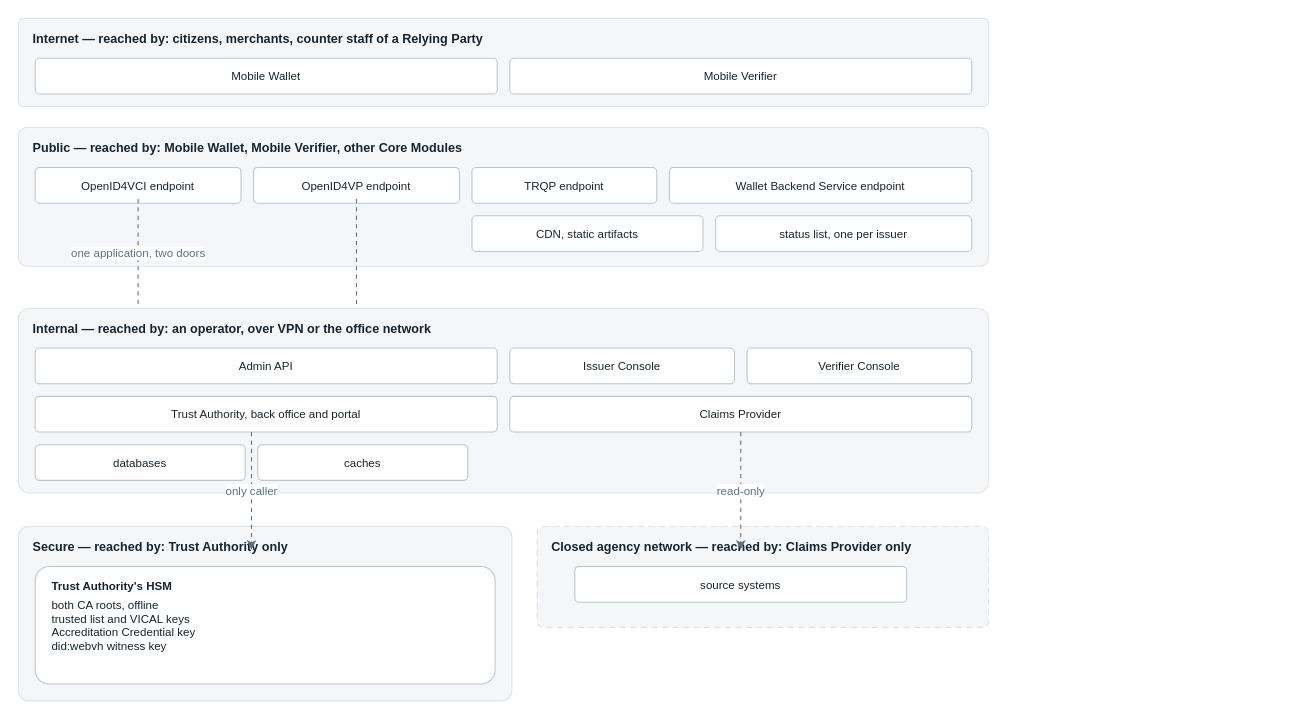
Above: images/architecture-framework/high-level-architecture/network-zones.drawio in id-verifiable-credential-dev/id-doc-idctf (draw.io), before the change. Source tidied: cells renumbered, new cells numbered last; positions are measured from the earlier drawing's top-left corner, leaving out a move shared by most shapes. Both pictures are drawn from the tidied source at 105%, with x=0, y=0 at pixel (18, 18).
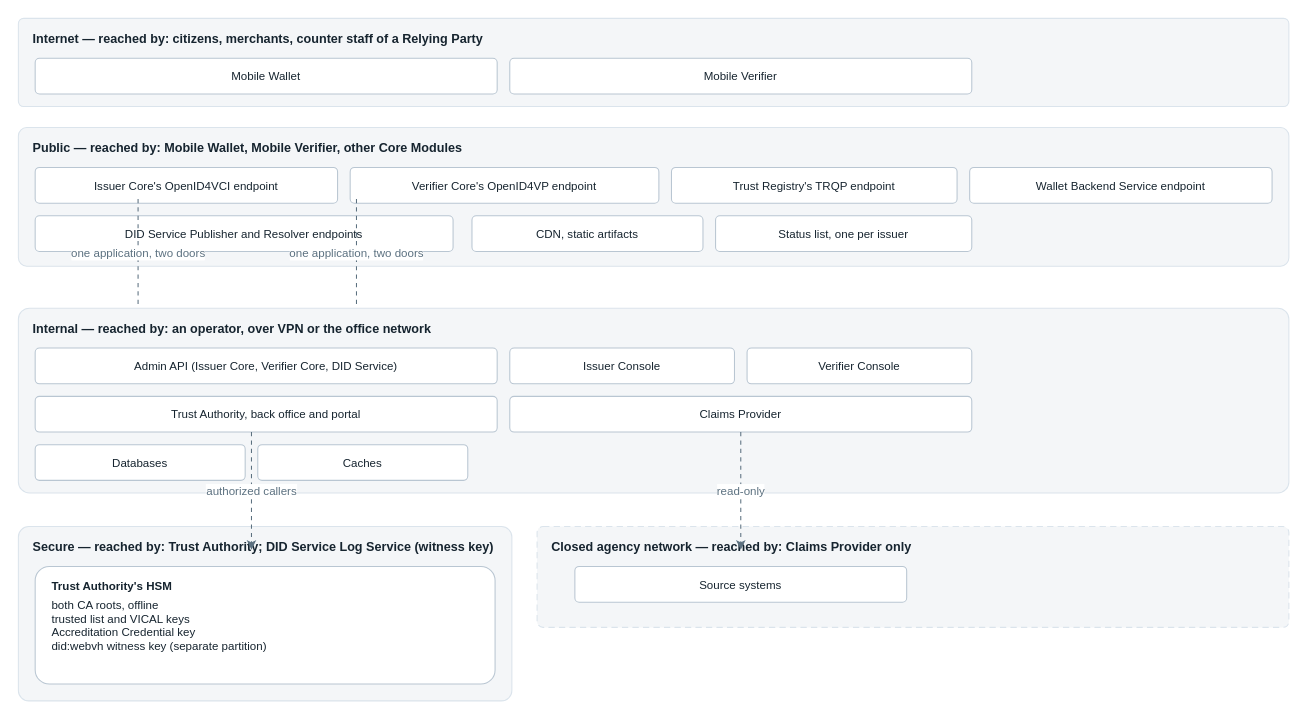
The same diagram, later.

Diff of the diagram source:
```diff
@@
     <mxCell id="2" value="Internet — reached by: citizens, merchants, counter staff of a Relying Party" style="rounded=1;arcSize=6;fillColor=#f4f6f8;strokeColor=#dbe4ec;dashed=0;verticalAlign=top;align=left;spacingLeft=12;spacingTop=6;fontSize=12;fontStyle=1;fontColor=#16242f;" parent="1" vertex="1">
-      <mxGeometry width="924" height="84" as="geometry" />
+      <mxGeometry width="1210" height="84" as="geometry" />
     </mxCell>
@@
     <mxCell id="5" value="Public — reached by: Mobile Wallet, Mobile Verifier, other Core Modules" style="rounded=1;arcSize=6;fillColor=#f4f6f8;strokeColor=#dbe4ec;dashed=0;verticalAlign=top;align=left;spacingLeft=12;spacingTop=6;fontSize=12;fontStyle=1;fontColor=#16242f;" parent="1" vertex="1">
-      <mxGeometry y="104" width="924" height="132" as="geometry" />
+      <mxGeometry y="104" width="1210" height="132" as="geometry" />
     </mxCell>
-    <mxCell id="6" value="OpenID4VCI endpoint" style="rounded=1;arcSize=12;fillColor=#ffffff;strokeColor=#b9c6d2;fontSize=11;fontColor=#16242f;" parent="1" vertex="1">
-      <mxGeometry x="16" y="142" width="196" height="34" as="geometry" />
+    <mxCell id="6" value="Issuer Core's OpenID4VCI endpoint" style="rounded=1;arcSize=12;fillColor=#ffffff;strokeColor=#b9c6d2;fontSize=11;fontColor=#16242f;" parent="1" vertex="1">
+      <mxGeometry x="16" y="142" width="288" height="34" as="geometry" />
     </mxCell>
-    <mxCell id="7" value="OpenID4VP endpoint" style="rounded=1;arcSize=12;fillColor=#ffffff;strokeColor=#b9c6d2;fontSize=11;fontColor=#16242f;" parent="1" vertex="1">
-      <mxGeometry x="224" y="142" width="196" height="34" as="geometry" />
+    <mxCell id="7" value="Verifier Core's OpenID4VP endpoint" style="rounded=1;arcSize=12;fillColor=#ffffff;strokeColor=#b9c6d2;fontSize=11;fontColor=#16242f;" parent="1" vertex="1">
+      <mxGeometry x="316" y="142" width="294" height="34" as="geometry" />
     </mxCell>
-    <mxCell id="8" value="TRQP endpoint" style="rounded=1;arcSize=12;fillColor=#ffffff;strokeColor=#b9c6d2;fontSize=11;fontColor=#16242f;" parent="1" vertex="1">
-      <mxGeometry x="432" y="142" width="176" height="34" as="geometry" />
+    <mxCell id="8" value="Trust Registry's TRQP endpoint" style="rounded=1;arcSize=12;fillColor=#ffffff;strokeColor=#b9c6d2;fontSize=11;fontColor=#16242f;" parent="1" vertex="1">
+      <mxGeometry x="622" y="142" width="272" height="34" as="geometry" />
     </mxCell>
     <mxCell id="9" value="Wallet Backend Service endpoint" style="rounded=1;arcSize=12;fillColor=#ffffff;strokeColor=#b9c6d2;fontSize=11;fontColor=#16242f;" parent="1" vertex="1">
-      <mxGeometry x="620" y="142" width="288" height="34" as="geometry" />
+      <mxGeometry x="906" y="142" width="288" height="34" as="geometry" />
     </mxCell>
+    <mxCell id="29" value="DID Service Publisher and Resolver endpoints" style="rounded=1;arcSize=12;fillColor=#ffffff;strokeColor=#b9c6d2;fontSize=11;fontColor=#16242f;" parent="1" vertex="1">
+      <mxGeometry x="16" y="188" width="398" height="34" as="geometry" />
+    </mxCell>
@@
-    <mxCell id="11" value="status list, one per issuer" style="rounded=1;arcSize=12;fillColor=#ffffff;strokeColor=#b9c6d2;fontSize=11;fontColor=#16242f;" parent="1" vertex="1">
+    <mxCell id="11" value="Status list, one per issuer" style="rounded=1;arcSize=12;fillColor=#ffffff;strokeColor=#b9c6d2;fontSize=11;fontColor=#16242f;" parent="1" vertex="1">
       <mxGeometry x="664" y="188" width="244" height="34" as="geometry" />
     </mxCell>
     <mxCell id="12" value="Internal — reached by: an operator, over VPN or the office network" style="rounded=1;arcSize=6;fillColor=#f4f6f8;strokeColor=#dbe4ec;dashed=0;verticalAlign=top;align=left;spacingLeft=12;spacingTop=6;fontSize=12;fontStyle=1;fontColor=#16242f;" parent="1" vertex="1">
-      <mxGeometry y="276" width="924" height="176" as="geometry" />
+      <mxGeometry y="276" width="1210" height="176" as="geometry" />
     </mxCell>
-    <mxCell id="13" value="Admin API" style="rounded=1;arcSize=12;fillColor=#ffffff;strokeColor=#b9c6d2;fontSize=11;fontColor=#16242f;" parent="1" vertex="1">
+    <mxCell id="13" value="Admin API (Issuer Core, Verifier Core, DID Service)" style="rounded=1;arcSize=12;fillColor=#ffffff;strokeColor=#b9c6d2;fontSize=11;fontColor=#16242f;" parent="1" vertex="1">
       <mxGeometry x="16" y="314" width="440" height="34" as="geometry" />
     </mxCell>
@@
-    <mxCell id="18" value="databases" style="rounded=1;arcSize=12;fillColor=#ffffff;strokeColor=#b9c6d2;fontSize=11;fontColor=#16242f;" parent="1" vertex="1">
+    <mxCell id="18" value="Databases" style="rounded=1;arcSize=12;fillColor=#ffffff;strokeColor=#b9c6d2;fontSize=11;fontColor=#16242f;" parent="1" vertex="1">
       <mxGeometry x="16" y="406" width="200" height="34" as="geometry" />
     </mxCell>
-    <mxCell id="19" value="caches" style="rounded=1;arcSize=12;fillColor=#ffffff;strokeColor=#b9c6d2;fontSize=11;fontColor=#16242f;" parent="1" vertex="1">
+    <mxCell id="19" value="Caches" style="rounded=1;arcSize=12;fillColor=#ffffff;strokeColor=#b9c6d2;fontSize=11;fontColor=#16242f;" parent="1" vertex="1">
       <mxGeometry x="228" y="406" width="200" height="34" as="geometry" />
     </mxCell>
-    <mxCell id="20" value="Secure — reached by: Trust Authority only" style="rounded=1;arcSize=6;fillColor=#f4f6f8;strokeColor=#dbe4ec;dashed=0;verticalAlign=top;align=left;spacingLeft=12;spacingTop=6;fontSize=12;fontStyle=1;fontColor=#16242f;" parent="1" vertex="1">
+    <mxCell id="20" value="Secure — reached by: Trust Authority; DID Service Log Service (witness key)" style="rounded=1;arcSize=6;fillColor=#f4f6f8;strokeColor=#dbe4ec;dashed=0;verticalAlign=top;align=left;spacingLeft=12;spacingTop=6;fontSize=12;fontStyle=1;fontColor=#16242f;" parent="1" vertex="1">
       <mxGeometry y="484" width="470" height="166" as="geometry" />
     </mxCell>
@@
-    <mxCell id="22" value="both CA roots, offline&#10;trusted list and VICAL keys&#10;Accreditation Credential key&#10;did:webvh witness key" style="text;html=0;align=left;verticalAlign=top;fontSize=11;fontColor=#16242f;" parent="1" vertex="1">
+    <mxCell id="22" value="both CA roots, offline&#10;trusted list and VICAL keys&#10;Accreditation Credential key&#10;did:webvh witness key (separate partition)" style="text;html=0;align=left;verticalAlign=top;fontSize=11;fontColor=#16242f;" parent="1" vertex="1">
       <mxGeometry x="30" y="546" width="410" height="80" as="geometry" />
     </mxCell>
     <mxCell id="23" value="Closed agency network — reached by: Claims Provider only" style="rounded=1;arcSize=6;fillColor=#f4f6f8;strokeColor=#dbe4ec;dashed=1;dashPattern=6 4;verticalAlign=top;align=left;spacingLeft=12;spacingTop=6;fontSize=12;fontStyle=1;fontColor=#16242f;" parent="1" vertex="1">
-      <mxGeometry x="494" y="484" width="430" height="96" as="geometry" />
+      <mxGeometry x="494" y="484" width="716" height="96" as="geometry" />
     </mxCell>
-    <mxCell id="24" value="source systems" style="rounded=1;arcSize=12;fillColor=#ffffff;strokeColor=#b9c6d2;fontSize=11;fontColor=#16242f;" parent="1" vertex="1">
+    <mxCell id="24" value="Source systems" style="rounded=1;arcSize=12;fillColor=#ffffff;strokeColor=#b9c6d2;fontSize=11;fontColor=#16242f;" parent="1" vertex="1">
       <mxGeometry x="530" y="522" width="316" height="34" as="geometry" />
     </mxCell>
@@
-    <mxCell id="26" style="endArrow=none;dashed=1;dashPattern=4 4;html=1;strokeColor=#5c7180;fontSize=11;fontColor=#5c7180;" parent="1" edge="1">
+    <mxCell id="26" value="one application, two doors" style="endArrow=none;dashed=1;dashPattern=4 4;html=1;strokeColor=#5c7180;fontSize=11;fontColor=#5c7180;" parent="1" edge="1">
       <mxGeometry relative="1" as="geometry">
         <mxPoint x="322" y="172" as="sourcePoint" />
         <mxPoint x="322" y="276" as="targetPoint" />
       </mxGeometry>
     </mxCell>
-    <mxCell id="27" value="only caller" style="endArrow=classic;dashed=1;dashPattern=4 4;html=1;strokeColor=#5c7180;fontSize=11;fontColor=#5c7180;" parent="1" edge="1">
+    <mxCell id="27" value="authorized callers" style="endArrow=classic;dashed=1;dashPattern=4 4;html=1;strokeColor=#5c7180;fontSize=11;fontColor=#5c7180;" parent="1" edge="1">
       <mxGeometry relative="1" as="geometry">
         <mxPoint x="222" y="394" as="sourcePoint" />
         <mxPoint x="222" y="506" as="targetPoint" />
       </mxGeometry>
     </mxCell>
```
